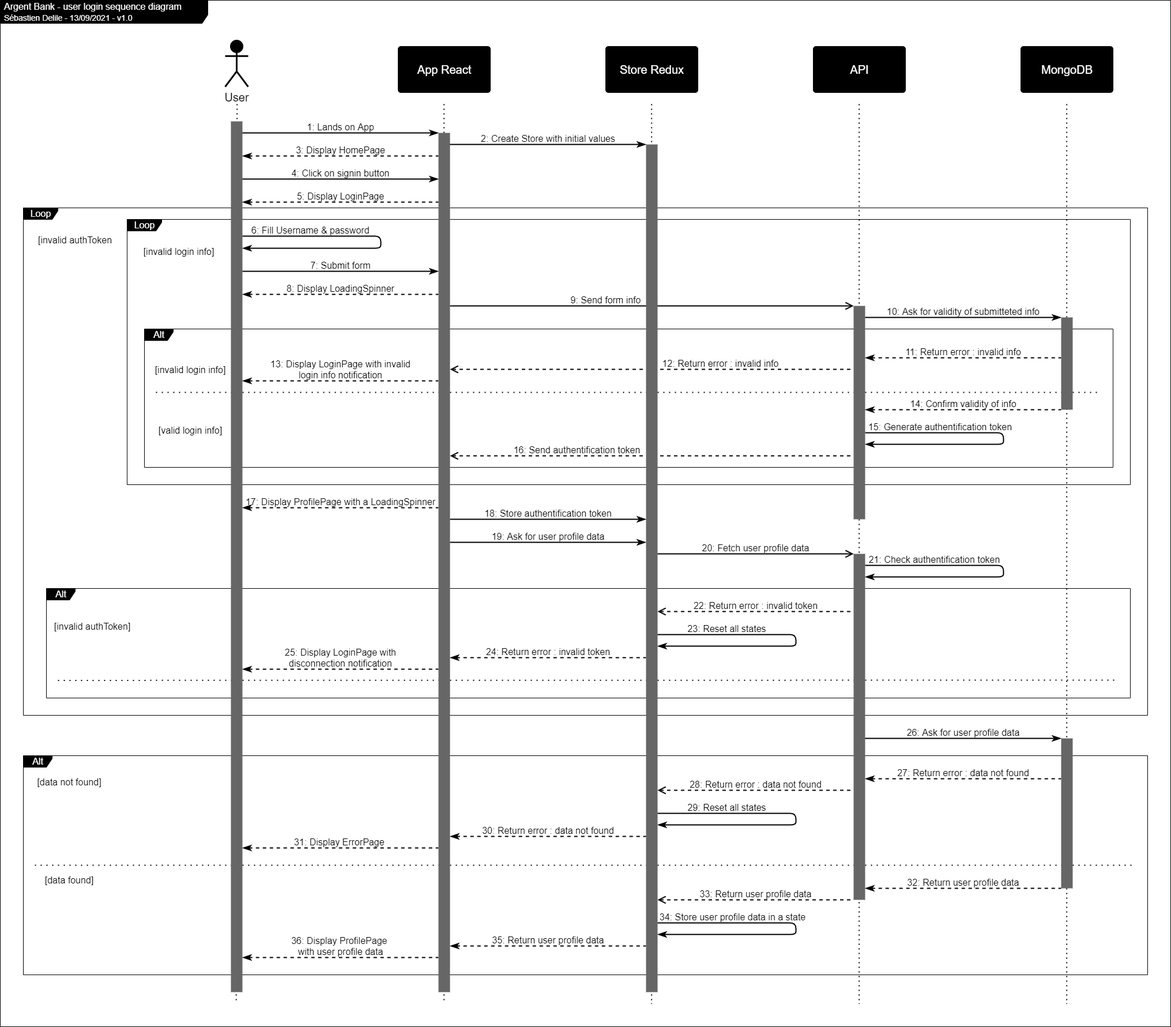
The draw.io diagram specs/argentBank_sequence_userLogin.drawio.png in SebDelile/SebastienDelile_13_10092021, before a commit. Source tidied: cells renumbered, new cells last; positions are measured from the earlier drawing's top-left corner, leaving out a move shared by most shapes.
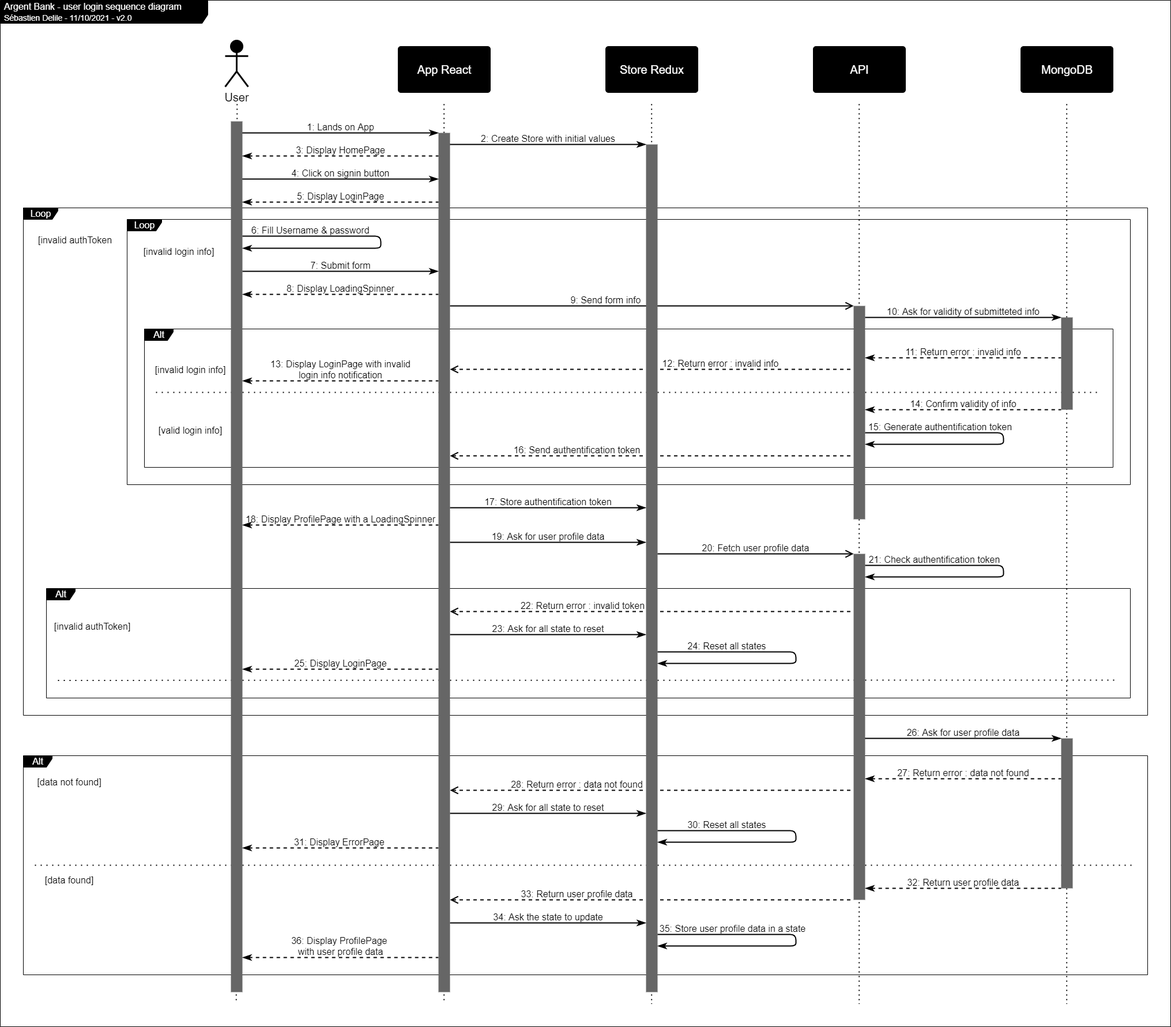
Above is the later version.

What changed in the source:
```diff
@@ -2,7 +2,7 @@
   <root>
     <mxCell id="0" />
     <mxCell id="1" parent="0" />
-    <mxCell id="2" value="Argent Bank - user login sequence diagram&lt;br&gt;&lt;font style=&quot;font-size: 14px&quot;&gt;Sébastien Delile - 13/09/2021 - v1.0&lt;/font&gt;" style="shape=umlFrame;whiteSpace=wrap;html=1;width=360;height=40;boundedLbl=1;verticalAlign=middle;align=left;spacingLeft=5;strokeColor=#000000;fontSize=16;fillColor=#000000;fontColor=#FFFFFF;" parent="1" vertex="1">
+    <mxCell id="2" value="Argent Bank - user login sequence diagram&lt;br&gt;&lt;font style=&quot;font-size: 14px&quot;&gt;Sébastien Delile - 11/10/2021 - v2.0&lt;/font&gt;" style="shape=umlFrame;whiteSpace=wrap;html=1;width=360;height=40;boundedLbl=1;verticalAlign=middle;align=left;spacingLeft=5;strokeColor=#000000;fontSize=16;fillColor=#000000;fontColor=#FFFFFF;" parent="1" vertex="1">
       <mxGeometry width="2030" height="1780" as="geometry" />
     </mxCell>
     <mxCell id="3" value="&lt;font style=&quot;font-size: 16px&quot; color=&quot;#ffffff&quot;&gt;Alt&lt;/font&gt;" style="shape=umlFrame;tabPosition=left;html=1;boundedLbl=1;labelInHeader=1;width=50;height=20;fontSize=18;strokeColor=#000000;strokeWidth=1;fillColor=#000000;labelBorderColor=none;spacingLeft=0;" parent="1" vertex="1">
@@ -34,8 +34,8 @@
       </mxGeometry>
     </mxCell>
     <mxCell id="7" value="28: Return error : data not found" style="edgeStyle=orthogonalEdgeStyle;rounded=0;orthogonalLoop=1;jettySize=auto;html=1;strokeColor=#000000;endArrow=none;endFill=0;strokeWidth=2;endSize=10;fontColor=#000000;labelBackgroundColor=none;fontSize=16;startArrow=open;startFill=0;startSize=10;dashed=1;" parent="3" edge="1">
-      <mxGeometry y="10" relative="1" as="geometry">
-        <mxPoint x="1100" y="60" as="sourcePoint" />
+      <mxGeometry x="-0.37" y="10" relative="1" as="geometry">
+        <mxPoint x="740" y="60" as="sourcePoint" />
         <mxPoint x="1440" y="60" as="targetPoint" />
         <Array as="points">
           <mxPoint x="1390" y="60" />
@@ -43,26 +43,16 @@
         </Array>
       </mxGeometry>
     </mxCell>
-    <mxCell id="8" value="29: Reset all states" style="edgeStyle=orthogonalEdgeStyle;orthogonalLoop=1;jettySize=auto;html=1;strokeColor=#000000;endArrow=classicThin;endFill=1;strokeWidth=2;endSize=10;fontColor=#000000;labelBackgroundColor=none;fontSize=16;rounded=1;" parent="3" edge="1">
+    <mxCell id="8" value="30: Reset all states" style="edgeStyle=orthogonalEdgeStyle;orthogonalLoop=1;jettySize=auto;html=1;strokeColor=#000000;endArrow=classicThin;endFill=1;strokeWidth=2;endSize=10;fontColor=#000000;labelBackgroundColor=none;fontSize=16;rounded=1;" parent="3" edge="1">
       <mxGeometry x="-0.52" y="10" relative="1" as="geometry">
-        <mxPoint x="1100" y="100" as="sourcePoint" />
-        <mxPoint x="1100" y="120" as="targetPoint" />
+        <mxPoint x="1100" y="130" as="sourcePoint" />
+        <mxPoint x="1100" y="150" as="targetPoint" />
         <Array as="points">
-          <mxPoint x="1340" y="100" />
-          <mxPoint x="1340" y="120" />
+          <mxPoint x="1340" y="130" />
+          <mxPoint x="1340" y="150" />
         </Array>
       </mxGeometry>
     </mxCell>
-    <mxCell id="9" value="30: Return error : data not found" style="edgeStyle=orthogonalEdgeStyle;rounded=0;orthogonalLoop=1;jettySize=auto;html=1;strokeColor=#000000;endArrow=none;endFill=0;strokeWidth=2;endSize=10;fontColor=#000000;labelBackgroundColor=none;fontSize=16;startArrow=classicThin;startFill=1;startSize=10;dashed=1;" parent="3" edge="1">
-      <mxGeometry y="10" relative="1" as="geometry">
-        <mxPoint x="740" y="140" as="sourcePoint" />
-        <mxPoint x="1080" y="140" as="targetPoint" />
-        <Array as="points">
-          <mxPoint x="1030" y="140" />
-          <mxPoint x="1030" y="140" />
-        </Array>
-      </mxGeometry>
-    </mxCell>
     <mxCell id="10" style="endArrow=none;dashed=1;html=1;strokeWidth=2;strokeColor=#000000;jumpSize=6;dashPattern=1 4;" parent="3" edge="1">
       <mxGeometry relative="1" as="geometry">
         <mxPoint x="20" y="190" as="sourcePoint" />
@@ -82,9 +72,39 @@
         </Array>
       </mxGeometry>
     </mxCell>
+    <mxCell id="14" value="35: Store user profile data in a state" style="edgeStyle=orthogonalEdgeStyle;orthogonalLoop=1;jettySize=auto;html=1;strokeColor=#000000;endArrow=classicThin;endFill=1;strokeWidth=2;endSize=10;fontColor=#000000;labelBackgroundColor=none;fontSize=16;rounded=1;" parent="3" edge="1">
+      <mxGeometry x="-0.48" y="10" relative="1" as="geometry">
+        <mxPoint x="1100" y="310" as="sourcePoint" />
+        <mxPoint x="1100" y="330" as="targetPoint" />
+        <Array as="points">
+          <mxPoint x="1340" y="310" />
+          <mxPoint x="1340" y="330" />
+        </Array>
+      </mxGeometry>
+    </mxCell>
+    <mxCell id="16" value="36: Display ProfilePage &lt;br&gt;with user profile data" style="edgeStyle=orthogonalEdgeStyle;rounded=0;orthogonalLoop=1;jettySize=auto;html=1;strokeColor=#000000;endArrow=none;endFill=0;strokeWidth=2;endSize=10;fontColor=#000000;labelBackgroundColor=none;fontSize=16;startArrow=classicThin;startFill=1;startSize=10;dashed=1;" parent="3" edge="1">
+      <mxGeometry y="20" relative="1" as="geometry">
+        <mxPoint x="380" y="350" as="sourcePoint" />
+        <mxPoint x="720" y="350" as="targetPoint" />
+        <Array as="points">
+          <mxPoint x="660" y="350" />
+          <mxPoint x="660" y="350" />
+        </Array>
+      </mxGeometry>
+    </mxCell>
+    <mxCell id="71" value="29: Ask for all state to reset" style="edgeStyle=orthogonalEdgeStyle;rounded=0;orthogonalLoop=1;jettySize=auto;html=1;strokeColor=#000000;endArrow=classicThin;endFill=1;strokeWidth=2;endSize=10;fontColor=#000000;labelBackgroundColor=none;fontSize=16;" parent="3" edge="1">
+      <mxGeometry y="10" relative="1" as="geometry">
+        <mxPoint x="740" y="100" as="sourcePoint" />
+        <mxPoint x="1080" y="100" as="targetPoint" />
+        <Array as="points">
+          <mxPoint x="1040" y="100" />
+          <mxPoint x="1040" y="100" />
+        </Array>
+      </mxGeometry>
+    </mxCell>
     <mxCell id="13" value="33: Return user profile data" style="edgeStyle=orthogonalEdgeStyle;rounded=0;orthogonalLoop=1;jettySize=auto;html=1;strokeColor=#000000;endArrow=none;endFill=0;strokeWidth=2;endSize=10;fontColor=#000000;labelBackgroundColor=none;fontSize=16;startArrow=open;startFill=0;startSize=10;dashed=1;" parent="3" edge="1">
-      <mxGeometry y="10" relative="1" as="geometry">
-        <mxPoint x="1100" y="250" as="sourcePoint" />
+      <mxGeometry x="-0.37" y="10" relative="1" as="geometry">
+        <mxPoint x="740" y="250" as="sourcePoint" />
         <mxPoint x="1440" y="250" as="targetPoint" />
         <Array as="points">
           <mxPoint x="1390" y="250" />
@@ -92,36 +112,16 @@
         </Array>
       </mxGeometry>
     </mxCell>
-    <mxCell id="14" value="34: Store user profile data in a state" style="edgeStyle=orthogonalEdgeStyle;orthogonalLoop=1;jettySize=auto;html=1;strokeColor=#000000;endArrow=classicThin;endFill=1;strokeWidth=2;endSize=10;fontColor=#000000;labelBackgroundColor=none;fontSize=16;rounded=1;" parent="3" edge="1">
-      <mxGeometry x="-0.48" y="10" relative="1" as="geometry">
-        <mxPoint x="1100" y="290" as="sourcePoint" />
-        <mxPoint x="1100" y="310" as="targetPoint" />
-        <Array as="points">
-          <mxPoint x="1340" y="290" />
-          <mxPoint x="1340" y="310" />
-        </Array>
-      </mxGeometry>
-    </mxCell>
-    <mxCell id="15" value="35: Return user profile data" style="edgeStyle=orthogonalEdgeStyle;rounded=0;orthogonalLoop=1;jettySize=auto;html=1;strokeColor=#000000;endArrow=none;endFill=0;strokeWidth=2;endSize=10;fontColor=#000000;labelBackgroundColor=none;fontSize=16;startArrow=classicThin;startFill=1;startSize=10;dashed=1;" parent="3" edge="1">
-      <mxGeometry y="10" relative="1" as="geometry">
-        <mxPoint x="740" y="330" as="sourcePoint" />
-        <mxPoint x="1080" y="330" as="targetPoint" />
-        <Array as="points">
-          <mxPoint x="1030" y="330" />
-          <mxPoint x="1030" y="330" />
-        </Array>
-      </mxGeometry>
-    </mxCell>
-    <mxCell id="16" value="36: Display ProfilePage &lt;br&gt;with user profile data" style="edgeStyle=orthogonalEdgeStyle;rounded=0;orthogonalLoop=1;jettySize=auto;html=1;strokeColor=#000000;endArrow=none;endFill=0;strokeWidth=2;endSize=10;fontColor=#000000;labelBackgroundColor=none;fontSize=16;startArrow=classicThin;startFill=1;startSize=10;dashed=1;" parent="3" edge="1">
-      <mxGeometry y="20" relative="1" as="geometry">
-        <mxPoint x="380" y="350" as="sourcePoint" />
-        <mxPoint x="720" y="350" as="targetPoint" />
-        <Array as="points">
-          <mxPoint x="660" y="350" />
-          <mxPoint x="660" y="350" />
-        </Array>
-      </mxGeometry>
-    </mxCell>
+    <mxCell id="72" value="34: Ask the state to update" style="edgeStyle=orthogonalEdgeStyle;rounded=0;orthogonalLoop=1;jettySize=auto;html=1;strokeColor=#000000;endArrow=classicThin;endFill=1;strokeWidth=2;endSize=10;fontColor=#000000;labelBackgroundColor=none;fontSize=16;" parent="3" edge="1">
+      <mxGeometry y="10" relative="1" as="geometry">
+        <mxPoint x="740" y="290" as="sourcePoint" />
+        <mxPoint x="1080" y="290" as="targetPoint" />
+        <Array as="points">
+          <mxPoint x="1040" y="290" />
+          <mxPoint x="1040" y="290" />
+        </Array>
+      </mxGeometry>
+    </mxCell>
     <mxCell id="17" value="&lt;font style=&quot;font-size: 16px&quot; color=&quot;#ffffff&quot;&gt;Loop&lt;/font&gt;" style="shape=umlFrame;tabPosition=left;html=1;boundedLbl=1;labelInHeader=1;width=60;height=20;fontSize=18;strokeColor=#000000;strokeWidth=1;fillColor=#000000;labelBorderColor=none;spacingLeft=0;" parent="1" vertex="1">
       <mxGeometry x="40" y="360" width="1950" height="880" as="geometry" />
     </mxCell>
@@ -141,8 +141,8 @@
       <mxGeometry x="30" y="50" width="100" height="20" as="geometry" />
     </mxCell>
     <mxCell id="22" value="22: Return error : invalid token" style="edgeStyle=orthogonalEdgeStyle;rounded=0;orthogonalLoop=1;jettySize=auto;html=1;strokeColor=#000000;endArrow=none;endFill=0;strokeWidth=2;endSize=10;fontColor=#000000;labelBackgroundColor=none;fontSize=16;startArrow=open;startFill=0;startSize=10;dashed=1;" parent="19" edge="1">
-      <mxGeometry y="10" relative="1" as="geometry">
-        <mxPoint x="1060" y="40" as="sourcePoint" />
+      <mxGeometry x="-0.34" y="10" relative="1" as="geometry">
+        <mxPoint x="700" y="40" as="sourcePoint" />
         <mxPoint x="1400" y="40" as="targetPoint" />
         <Array as="points">
           <mxPoint x="1350" y="40" />
@@ -150,28 +150,18 @@
         </Array>
       </mxGeometry>
     </mxCell>
-    <mxCell id="23" value="23: Reset all states" style="edgeStyle=orthogonalEdgeStyle;orthogonalLoop=1;jettySize=auto;html=1;strokeColor=#000000;endArrow=classicThin;endFill=1;strokeWidth=2;endSize=10;fontColor=#000000;labelBackgroundColor=none;fontSize=16;rounded=1;" parent="19" edge="1">
+    <mxCell id="23" value="24: Reset all states" style="edgeStyle=orthogonalEdgeStyle;orthogonalLoop=1;jettySize=auto;html=1;strokeColor=#000000;endArrow=classicThin;endFill=1;strokeWidth=2;endSize=10;fontColor=#000000;labelBackgroundColor=none;fontSize=16;rounded=1;" parent="19" edge="1">
       <mxGeometry x="-0.52" y="10" relative="1" as="geometry">
-        <mxPoint x="1060" y="80" as="sourcePoint" />
-        <mxPoint x="1060" y="100" as="targetPoint" />
+        <mxPoint x="1060" y="110" as="sourcePoint" />
+        <mxPoint x="1060" y="130" as="targetPoint" />
         <Array as="points">
-          <mxPoint x="1300" y="80" />
-          <mxPoint x="1300" y="100" />
+          <mxPoint x="1300" y="110" />
+          <mxPoint x="1300" y="130" />
         </Array>
       </mxGeometry>
     </mxCell>
-    <mxCell id="24" value="24: Return error : invalid token" style="edgeStyle=orthogonalEdgeStyle;rounded=0;orthogonalLoop=1;jettySize=auto;html=1;strokeColor=#000000;endArrow=none;endFill=0;strokeWidth=2;endSize=10;fontColor=#000000;labelBackgroundColor=none;fontSize=16;startArrow=classicThin;startFill=1;startSize=10;dashed=1;" parent="19" edge="1">
-      <mxGeometry y="10" relative="1" as="geometry">
-        <mxPoint x="700" y="120" as="sourcePoint" />
-        <mxPoint x="1040" y="120" as="targetPoint" />
-        <Array as="points">
-          <mxPoint x="990" y="120" />
-          <mxPoint x="990" y="120" />
-        </Array>
-      </mxGeometry>
-    </mxCell>
-    <mxCell id="25" value="25: Display LoginPage with&lt;br&gt;disconnection&amp;nbsp;notification" style="edgeStyle=orthogonalEdgeStyle;rounded=0;orthogonalLoop=1;jettySize=auto;html=1;strokeColor=#000000;endArrow=none;endFill=0;strokeWidth=2;endSize=10;fontColor=#000000;labelBackgroundColor=none;fontSize=16;startArrow=classicThin;startFill=1;startSize=10;dashed=1;" parent="19" edge="1">
-      <mxGeometry y="20" relative="1" as="geometry">
+    <mxCell id="25" value="25: Display LoginPage" style="edgeStyle=orthogonalEdgeStyle;rounded=0;orthogonalLoop=1;jettySize=auto;html=1;strokeColor=#000000;endArrow=none;endFill=0;strokeWidth=2;endSize=10;fontColor=#000000;labelBackgroundColor=none;fontSize=16;startArrow=classicThin;startFill=1;startSize=10;dashed=1;" parent="19" edge="1">
+      <mxGeometry y="10" relative="1" as="geometry">
         <mxPoint x="340" y="140" as="sourcePoint" />
         <mxPoint x="680" y="140" as="targetPoint" />
         <Array as="points">
@@ -180,6 +170,16 @@
         </Array>
       </mxGeometry>
     </mxCell>
+    <mxCell id="73" value="23: Ask for all state to reset" style="edgeStyle=orthogonalEdgeStyle;rounded=0;orthogonalLoop=1;jettySize=auto;html=1;strokeColor=#000000;endArrow=classicThin;endFill=1;strokeWidth=2;endSize=10;fontColor=#000000;labelBackgroundColor=none;fontSize=16;" parent="19" edge="1">
+      <mxGeometry y="10" relative="1" as="geometry">
+        <mxPoint x="700" y="80" as="sourcePoint" />
+        <mxPoint x="1040" y="80" as="targetPoint" />
+        <Array as="points">
+          <mxPoint x="1000" y="80" />
+          <mxPoint x="1000" y="80" />
+        </Array>
+      </mxGeometry>
+    </mxCell>
     <mxCell id="26" value="&lt;font style=&quot;font-size: 16px&quot; color=&quot;#ffffff&quot;&gt;Loop&lt;/font&gt;" style="shape=umlFrame;tabPosition=left;html=1;boundedLbl=1;labelInHeader=1;width=60;height=20;fontSize=18;strokeColor=#000000;strokeWidth=1;fillColor=#000000;labelBorderColor=none;spacingLeft=0;" parent="17" vertex="1">
       <mxGeometry x="180" y="20" width="1740" height="460" as="geometry" />
     </mxCell>
@@ -312,23 +312,23 @@
     <mxCell id="42" value="[invalid login info]" style="text;align=center;fontColor=#000000;fontSize=16;" parent="33" vertex="1">
       <mxGeometry x="30" y="55" width="100" height="20" as="geometry" />
     </mxCell>
-    <mxCell id="43" value="17: Display ProfilePage with a LoadingSpinner" style="edgeStyle=orthogonalEdgeStyle;rounded=0;orthogonalLoop=1;jettySize=auto;html=1;strokeColor=#000000;endArrow=none;endFill=0;strokeWidth=2;endSize=10;fontColor=#000000;labelBackgroundColor=none;fontSize=16;startArrow=classicThin;startFill=1;startSize=10;dashed=1;" parent="17" edge="1">
+    <mxCell id="43" value="18: Display ProfilePage with a LoadingSpinner" style="edgeStyle=orthogonalEdgeStyle;rounded=0;orthogonalLoop=1;jettySize=auto;html=1;strokeColor=#000000;endArrow=none;endFill=0;strokeWidth=2;endSize=10;fontColor=#000000;labelBackgroundColor=none;fontSize=16;startArrow=classicThin;startFill=1;startSize=10;dashed=1;" parent="17" edge="1">
       <mxGeometry y="10" relative="1" as="geometry">
-        <mxPoint x="380" y="520" as="sourcePoint" />
-        <mxPoint x="720" y="520" as="targetPoint" />
+        <mxPoint x="380" y="550" as="sourcePoint" />
+        <mxPoint x="720" y="550" as="targetPoint" />
         <Array as="points">
-          <mxPoint x="655.7" y="520" />
-          <mxPoint x="655.7" y="520" />
+          <mxPoint x="655.7" y="550" />
+          <mxPoint x="655.7" y="550" />
         </Array>
       </mxGeometry>
     </mxCell>
-    <mxCell id="44" value="18: Store authentification token" style="edgeStyle=orthogonalEdgeStyle;rounded=0;orthogonalLoop=1;jettySize=auto;html=1;strokeColor=#000000;endArrow=classicThin;endFill=1;strokeWidth=2;endSize=10;fontColor=#000000;labelBackgroundColor=none;fontSize=16;" parent="17" edge="1">
+    <mxCell id="44" value="17: Store authentification token" style="edgeStyle=orthogonalEdgeStyle;rounded=0;orthogonalLoop=1;jettySize=auto;html=1;strokeColor=#000000;endArrow=classicThin;endFill=1;strokeWidth=2;endSize=10;fontColor=#000000;labelBackgroundColor=none;fontSize=16;" parent="17" edge="1">
       <mxGeometry y="10" relative="1" as="geometry">
-        <mxPoint x="740" y="540" as="sourcePoint" />
-        <mxPoint x="1080" y="540" as="targetPoint" />
+        <mxPoint x="740" y="520" as="sourcePoint" />
+        <mxPoint x="1080" y="520" as="targetPoint" />
         <Array as="points">
-          <mxPoint x="1040" y="540" />
-          <mxPoint x="1040" y="540" />
+          <mxPoint x="1040" y="520" />
+          <mxPoint x="1040" y="520" />
         </Array>
       </mxGeometry>
     </mxCell>
```
